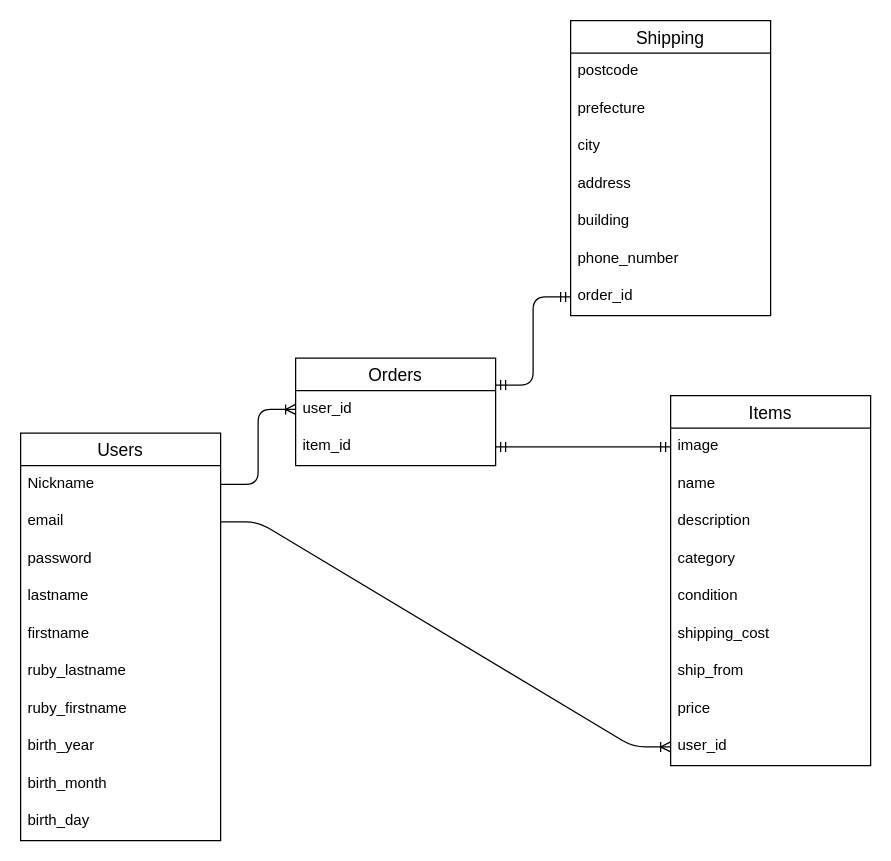
user4ge/furima-38940 keeps this draw.io diagram as furima38940_er.dio. Above is the earlier version. Source tidied: cells renumbered, new cells numbered last; positions are measured from the earlier drawing's top-left corner, leaving out a move shared by most shapes. Both pictures are drawn from the tidied source at 125%, with x=0, y=0 at pixel (20, 20).
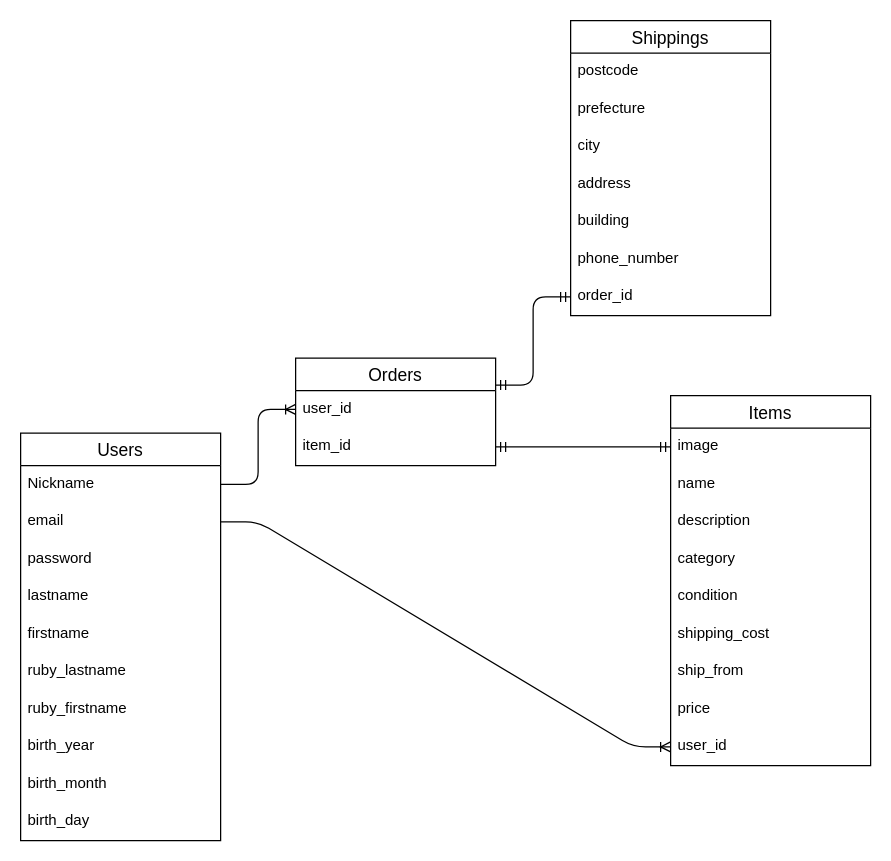
After the change.

Diff of the diagram source:
```diff
@@
-    <mxCell id="29" value="Shipping" style="swimlane;fontStyle=0;horizontal=1;startSize=26;align=center;fontSize=14;" parent="1" vertex="1">
+    <mxCell id="29" value="Shippings" style="swimlane;fontStyle=0;horizontal=1;startSize=26;align=center;fontSize=14;" parent="1" vertex="1">
       <mxGeometry x="440" width="160" height="236" as="geometry" />
     </mxCell>
```
